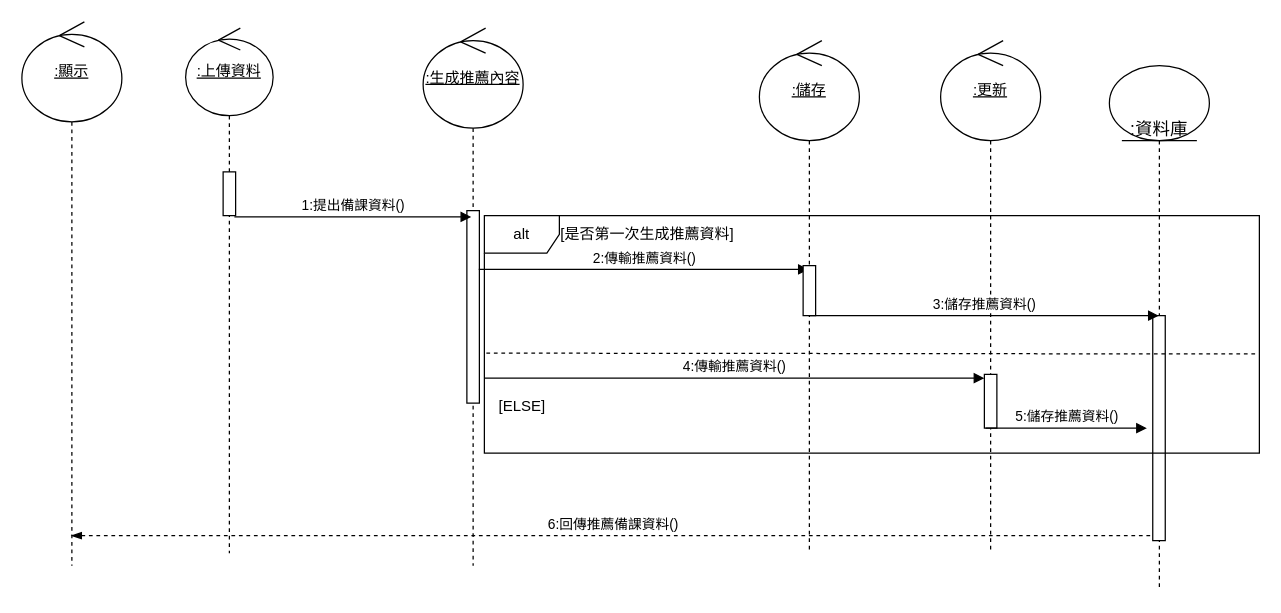
This is page "老師身分" (1 of 2) of 循序圖(建議資料).drawio from Kevincheng0804/System-analysis, a draw.io file, before an edit. Source tidied: cells renumbered, new cells numbered last; positions are measured from the earlier drawing's top-left corner, leaving out a move shared by most shapes. Both pictures are drawn from the tidied source at 125%, with x=0, y=0 at pixel (21, 21).
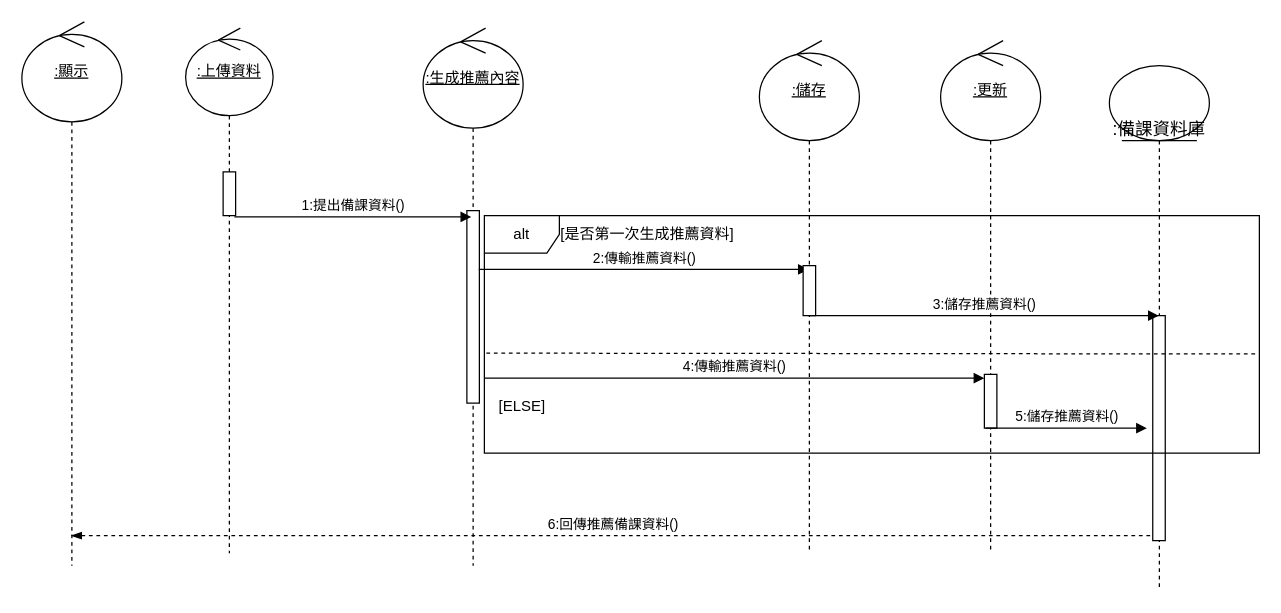
Above is the later version.

Diff of the diagram source:
```diff
@@
-    <mxCell id="7" value=":資料庫" style="shape=umlLifeline;participant=umlEntity;perimeter=lifelinePerimeter;whiteSpace=wrap;html=1;verticalAlign=top;spacingTop=36;outlineConnect=0;fontSize=14;size=60;" parent="1" vertex="1">
+    <mxCell id="7" value=":備課資料庫" style="shape=umlLifeline;participant=umlEntity;perimeter=lifelinePerimeter;whiteSpace=wrap;html=1;verticalAlign=top;spacingTop=36;outlineConnect=0;fontSize=14;size=60;" parent="1" vertex="1">
       <mxGeometry x="870" y="35" width="80" height="420" as="geometry" />
     </mxCell>
```
